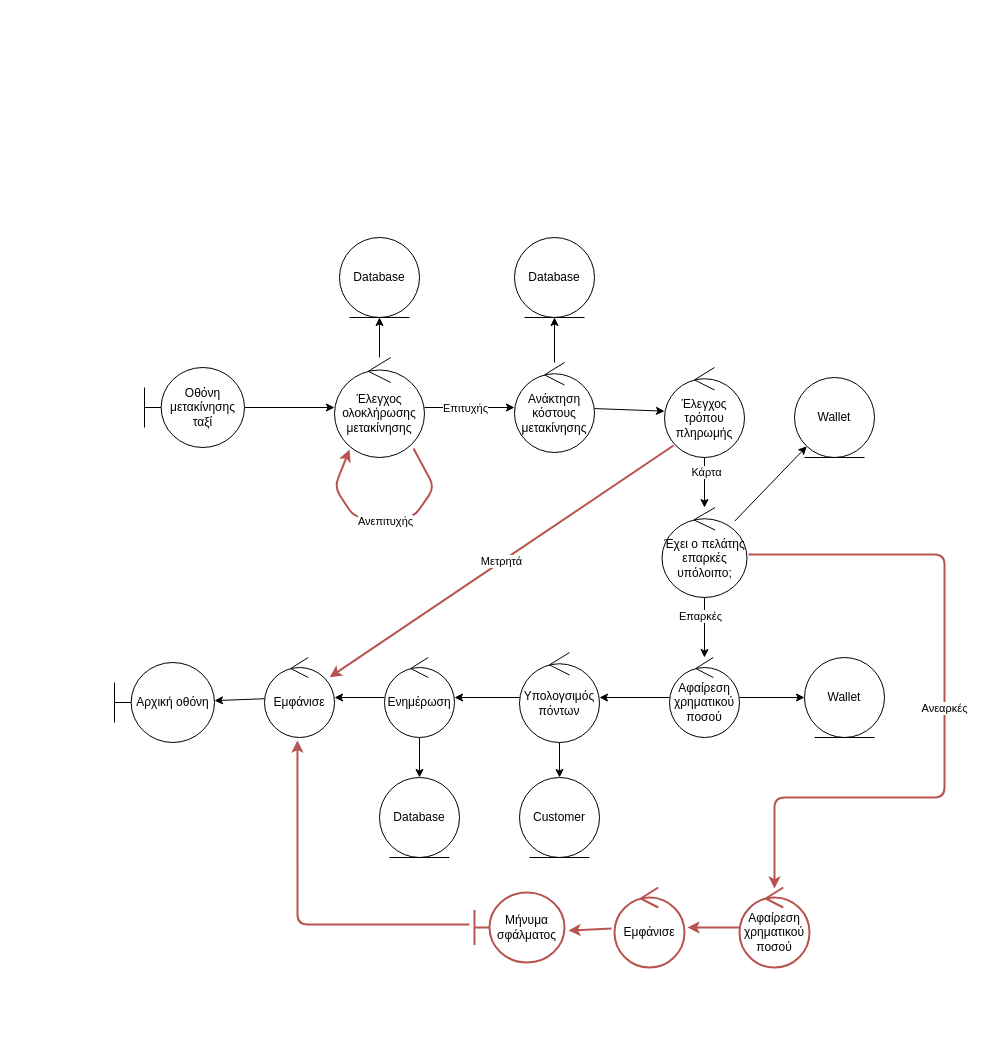
Nikolis2002/texnoligia_logismikou keeps this draw.io diagram as Part_2/Robustness/diagrams/15_Αποβίβαση_ταξί.drawio. Above is the earlier version. Source tidied: cells renumbered, new cells numbered last; positions are measured from the earlier drawing's top-left corner, leaving out a move shared by most shapes. Both pictures are drawn from the tidied source at 100%, with x=0, y=0 at pixel (114, 237).
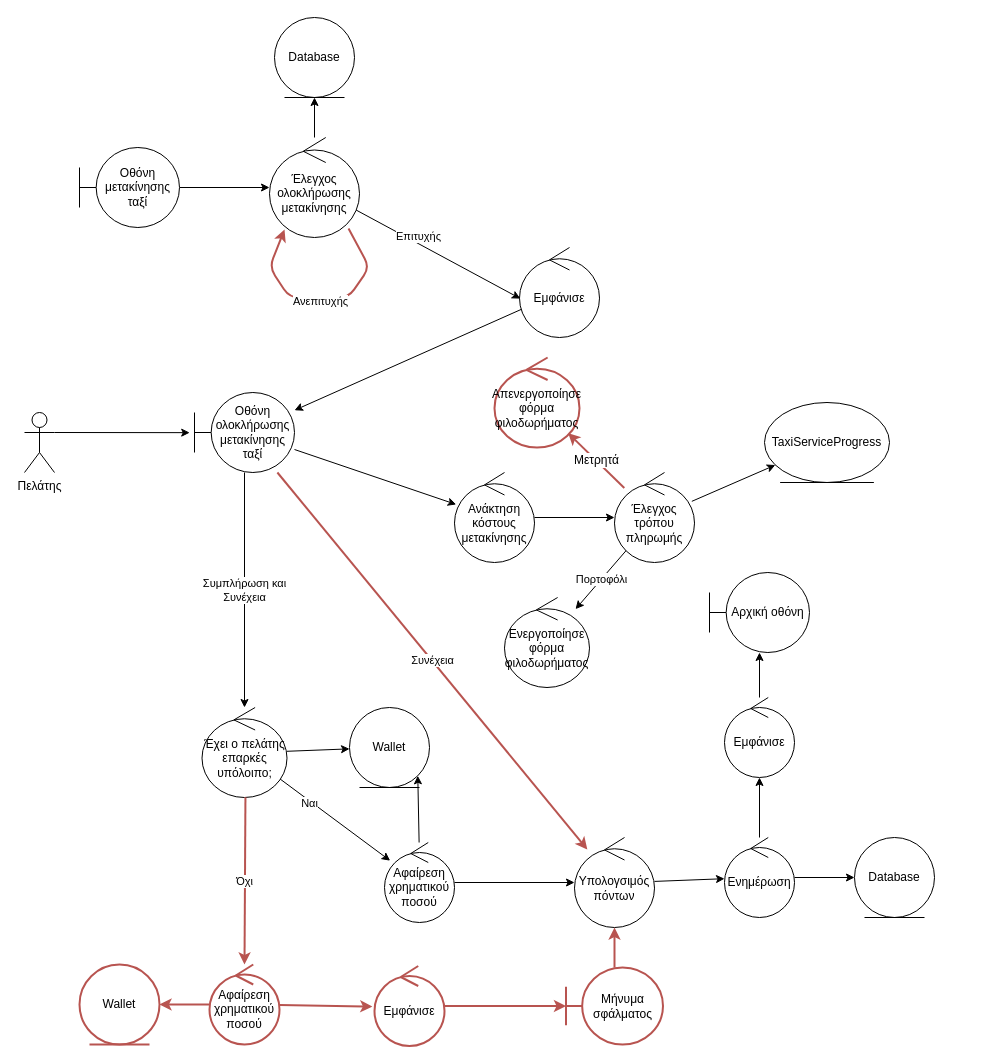
After the change.

Unchanged cells that the change refers to:
```xml
<mxCell id="17" style="edgeStyle=none;html=1;" parent="1" edge="1" source="19" target="23">
  <mxGeometry relative="1" as="geometry" />
</mxCell>
```

Diff of the diagram source:
```diff
@@
     <mxCell id="3" value="Οθόνη μετακίνησης&lt;br&gt;ταξί" style="shape=umlBoundary;whiteSpace=wrap;html=1;" parent="1" vertex="1">
-      <mxGeometry x="30" y="130" width="100" height="80" as="geometry" />
+      <mxGeometry x="-35" y="-90" width="100" height="80" as="geometry" />
     </mxCell>
@@
-    <mxCell id="5" style="edgeStyle=none;html=1;" parent="1" edge="1" source="7" target="11">
+    <mxCell id="5" style="edgeStyle=none;html=1;entryX=0.011;entryY=0.568;entryDx=0;entryDy=0;entryPerimeter=0;" parent="1" edge="1" source="7" target="57">
       <mxGeometry relative="1" as="geometry" />
     </mxCell>
@@
     <mxCell id="7" value="Έλεγχος ολοκλήρωσης μετακίνησης" style="ellipse;shape=umlControl;whiteSpace=wrap;html=1;" parent="1" vertex="1">
-      <mxGeometry x="220" y="120" width="90" height="100" as="geometry" />
+      <mxGeometry x="155" y="-100" width="90" height="100" as="geometry" />
     </mxCell>
     <mxCell id="8" value="Database" style="ellipse;shape=umlEntity;whiteSpace=wrap;html=1;" parent="1" vertex="1">
-      <mxGeometry x="225" width="80" height="80" as="geometry" />
+      <mxGeometry x="160" y="-220" width="80" height="80" as="geometry" />
     </mxCell>
-    <mxCell id="9" style="edgeStyle=none;html=1;" parent="1" edge="1" source="11" target="12">
-      <mxGeometry relative="1" as="geometry" />
-    </mxCell>
@@
     <mxCell id="11" value="Ανάκτηση κόστους μετακίνησης" style="ellipse;shape=umlControl;whiteSpace=wrap;html=1;" parent="1" vertex="1">
-      <mxGeometry x="400" y="125" width="80" height="90" as="geometry" />
+      <mxGeometry x="340" y="235" width="80" height="90" as="geometry" />
     </mxCell>
-    <mxCell id="12" value="Database" style="ellipse;shape=umlEntity;whiteSpace=wrap;html=1;" parent="1" vertex="1">
-      <mxGeometry x="400" width="80" height="80" as="geometry" />
-    </mxCell>
-    <mxCell id="13" style="edgeStyle=none;html=1;" parent="1" edge="1" source="15" target="19">
-      <mxGeometry relative="1" as="geometry" />
-    </mxCell>
-    <mxCell id="14" value="Κάρτα" style="edgeLabel;html=1;align=center;verticalAlign=middle;" parent="13" vertex="1">
-      <mxGeometry x="-0.44" y="1" relative="1" as="geometry" />
-    </mxCell>
+    <mxCell id="46" value="Πορτοφόλι" style="edgeStyle=none;html=1;" parent="1" edge="1" source="15" target="51">
+      <mxGeometry relative="1" as="geometry" />
+    </mxCell>
+    <mxCell id="38" value="Μετρητά" style="edgeStyle=none;html=1;fontSize=12;fillColor=default;strokeColor=#B85450;strokeWidth=2;" parent="1" edge="1" source="15" target="61">
+      <mxGeometry relative="1" as="geometry" />
+    </mxCell>
+    <mxCell id="47" style="edgeStyle=none;html=1;" parent="1" edge="1" source="15" target="55">
+      <mxGeometry relative="1" as="geometry" />
+    </mxCell>
     <mxCell id="15" value="Έλεγχος τρόπου πληρωμής" style="ellipse;shape=umlControl;whiteSpace=wrap;html=1;" parent="1" vertex="1">
-      <mxGeometry x="550" y="130" width="80" height="90" as="geometry" />
+      <mxGeometry x="500" y="235" width="80" height="90" as="geometry" />
     </mxCell>
@@
-    <mxCell id="18" value="Επαρκές" style="edgeLabel;html=1;align=center;verticalAlign=middle;" parent="17" vertex="1">
+    <mxCell id="18" value="Ναι" style="edgeLabel;html=1;align=center;verticalAlign=middle;" parent="17" vertex="1">
       <mxGeometry x="-0.36" y="1" relative="1" as="geometry">
         <mxPoint x="-6" y="-1" as="offset" />
       </mxGeometry>
     </mxCell>
     <mxCell id="19" value="Έχει ο πελάτης επαρκές υπόλοιπο;" style="ellipse;shape=umlControl;whiteSpace=wrap;html=1;" parent="1" vertex="1">
-      <mxGeometry x="547.5" y="270" width="85" height="90" as="geometry" />
+      <mxGeometry x="87.5" y="470" width="85" height="90" as="geometry" />
     </mxCell>
     <mxCell id="20" value="Wallet" style="ellipse;shape=umlEntity;whiteSpace=wrap;html=1;" parent="1" vertex="1">
-      <mxGeometry x="680" y="140" width="80" height="80" as="geometry" />
+      <mxGeometry x="235" y="470" width="80" height="80" as="geometry" />
     </mxCell>
-    <mxCell id="21" style="edgeStyle=none;html=1;" parent="1" edge="1" source="23" target="24">
-      <mxGeometry relative="1" as="geometry" />
-    </mxCell>
@@
+    <mxCell id="48" style="edgeStyle=none;html=1;entryX=1;entryY=1;entryDx=0;entryDy=0;" parent="1" edge="1" source="23" target="20">
+      <mxGeometry relative="1" as="geometry" />
+    </mxCell>
     <mxCell id="23" value="Αφαίρεση χρηματικού ποσού" style="ellipse;shape=umlControl;whiteSpace=wrap;html=1;" parent="1" vertex="1">
-      <mxGeometry x="555" y="420" width="70" height="80" as="geometry" />
+      <mxGeometry x="270" y="605" width="70" height="80" as="geometry" />
     </mxCell>
-    <mxCell id="24" value="Wallet" style="ellipse;shape=umlEntity;whiteSpace=wrap;html=1;" parent="1" vertex="1">
-      <mxGeometry x="690" y="420" width="80" height="80" as="geometry" />
-    </mxCell>
-    <mxCell id="25" style="edgeStyle=none;html=1;" parent="1" edge="1" source="27" target="28">
-      <mxGeometry relative="1" as="geometry" />
-    </mxCell>
@@
     <mxCell id="27" value="Υπολογσιμός πόντων" style="ellipse;shape=umlControl;whiteSpace=wrap;html=1;" parent="1" vertex="1">
-      <mxGeometry x="405" y="415" width="80" height="90" as="geometry" />
+      <mxGeometry x="460" y="600" width="80" height="90" as="geometry" />
     </mxCell>
-    <mxCell id="28" value="Customer" style="ellipse;shape=umlEntity;whiteSpace=wrap;html=1;" parent="1" vertex="1">
-      <mxGeometry x="405" y="540" width="80" height="80" as="geometry" />
-    </mxCell>
@@
     <mxCell id="31" value="Ενημέρωση" style="ellipse;shape=umlControl;whiteSpace=wrap;html=1;" parent="1" vertex="1">
-      <mxGeometry x="270" y="420" width="70" height="80" as="geometry" />
+      <mxGeometry x="610" y="600" width="70" height="80" as="geometry" />
     </mxCell>
     <mxCell id="32" value="Database" style="ellipse;shape=umlEntity;whiteSpace=wrap;html=1;" parent="1" vertex="1">
-      <mxGeometry x="265" y="540" width="80" height="80" as="geometry" />
+      <mxGeometry x="740" y="600" width="80" height="80" as="geometry" />
     </mxCell>
@@
     <mxCell id="34" value="Εμφάνισε" style="ellipse;shape=umlControl;whiteSpace=wrap;html=1;" parent="1" vertex="1">
-      <mxGeometry x="150" y="420" width="70" height="80" as="geometry" />
+      <mxGeometry x="610" y="460" width="70" height="80" as="geometry" />
     </mxCell>
     <mxCell id="35" value="Αρχική οθόνη" style="shape=umlBoundary;whiteSpace=wrap;html=1;" parent="1" vertex="1">
-      <mxGeometry y="425" width="100" height="80" as="geometry" />
+      <mxGeometry x="595" y="335" width="100" height="80" as="geometry" />
     </mxCell>
     <mxCell id="36" style="edgeStyle=none;html=1;entryX=0.167;entryY=0.92;entryDx=0;entryDy=0;entryPerimeter=0;exitX=0.878;exitY=0.91;exitDx=0;exitDy=0;exitPerimeter=0;strokeColor=#b85450;fillColor=#f8cecc;strokeWidth=2;" parent="1" edge="1" source="7" target="7">
       <mxGeometry relative="1" as="geometry">
         <Array as="points">
-          <mxPoint x="320" y="250" />
-          <mxPoint x="299" y="280" />
-          <mxPoint x="240" y="280" />
-          <mxPoint x="220" y="250" />
+          <mxPoint x="255" y="30" />
+          <mxPoint x="234" y="60" />
+          <mxPoint x="175" y="60" />
+          <mxPoint x="155" y="30" />
         </Array>
       </mxGeometry>
     </mxCell>
@@
-    <mxCell id="38" value="Μετρητά" style="edgeStyle=none;html=1;fillColor=#f8cecc;strokeColor=#b85450;strokeWidth=2;exitX=0.113;exitY=0.867;exitDx=0;exitDy=0;exitPerimeter=0;" parent="1" edge="1" source="15" target="34">
-      <mxGeometry relative="1" as="geometry" />
-    </mxCell>
-    <mxCell id="39" value="Ανεαρκές" style="edgeStyle=none;html=1;fillColor=#f8cecc;strokeColor=#b85450;strokeWidth=2;exitX=1.018;exitY=0.522;exitDx=0;exitDy=0;exitPerimeter=0;entryX=0.5;entryY=0.013;entryDx=0;entryDy=0;entryPerimeter=0;" parent="1" edge="1" source="19" target="41">
-      <mxGeometry relative="1" as="geometry">
-        <Array as="points">
-          <mxPoint x="830" y="317" />
-          <mxPoint x="830" y="560" />
-          <mxPoint x="660" y="560" />
-        </Array>
-      </mxGeometry>
-    </mxCell>
-    <mxCell id="40" style="edgeStyle=none;html=1;entryX=1.043;entryY=0.5;entryDx=0;entryDy=0;entryPerimeter=0;strokeColor=#B85450;strokeWidth=2;" parent="1" edge="1" source="41" target="43">
+    <mxCell id="40" style="edgeStyle=none;html=1;strokeColor=#B85450;strokeWidth=2;entryX=-0.031;entryY=0.507;entryDx=0;entryDy=0;entryPerimeter=0;" parent="1" edge="1" source="41" target="43">
       <mxGeometry relative="1" as="geometry" />
     </mxCell>
+    <mxCell id="49" style="edgeStyle=none;html=1;fontSize=12;fillColor=default;strokeColor=#B85450;strokeWidth=2;" parent="1" edge="1" source="41" target="24">
+      <mxGeometry relative="1" as="geometry" />
+    </mxCell>
     <mxCell id="41" value="Αφαίρεση χρηματικού ποσού" style="ellipse;shape=umlControl;whiteSpace=wrap;html=1;strokeColor=#B85450;strokeWidth=2;" parent="1" vertex="1">
-      <mxGeometry x="625" y="650" width="70" height="80" as="geometry" />
+      <mxGeometry x="95" y="727" width="70" height="80" as="geometry" />
     </mxCell>
+    <mxCell id="45" value="Όχι" style="edgeStyle=none;html=1;strokeColor=#B85450;strokeWidth=2;exitX=0.511;exitY=0.997;exitDx=0;exitDy=0;exitPerimeter=0;" parent="1" edge="1" source="19" target="41">
+      <mxGeometry relative="1" as="geometry" />
+    </mxCell>
+    <mxCell id="50" style="edgeStyle=none;html=1;fontSize=12;fillColor=default;strokeColor=#B85450;strokeWidth=2;" parent="1" edge="1" source="42" target="27">
+      <mxGeometry relative="1" as="geometry" />
+    </mxCell>
-    <mxCell id="42" value="Μήνυμα σφάλματος" style="shape=umlBoundary;whiteSpace=wrap;html=1;fillColor=none;strokeColor=#b85450;strokeWidth=2;" parent="1" vertex="1">
-      <mxGeometry x="360" y="655" width="90" height="70" as="geometry" />
+    <mxCell id="42" value="Μήνυμα σφάλματος" style="shape=umlBoundary;whiteSpace=wrap;html=1;fillColor=default;strokeColor=#B85450;strokeWidth=2;" parent="1" vertex="1">
+      <mxGeometry x="451.5" y="730" width="97" height="77" as="geometry" />
     </mxCell>
+    <mxCell id="44" style="edgeStyle=none;html=1;fontSize=12;fillColor=default;strokeColor=#B85450;strokeWidth=2;" parent="1" edge="1" source="43" target="42">
+      <mxGeometry relative="1" as="geometry" />
+    </mxCell>
     <mxCell id="43" value="Εμφάνισε" style="ellipse;shape=umlControl;whiteSpace=wrap;html=1;strokeColor=#B85450;strokeWidth=2;" parent="1" vertex="1">
-      <mxGeometry x="500" y="650" width="70" height="80" as="geometry" />
+      <mxGeometry x="260" y="728.5" width="70" height="80" as="geometry" />
     </mxCell>
-    <mxCell id="44" style="edgeStyle=none;html=1;entryX=1.044;entryY=0.543;entryDx=0;entryDy=0;entryPerimeter=0;strokeColor=#B85450;strokeWidth=2;exitX=-0.043;exitY=0.513;exitDx=0;exitDy=0;exitPerimeter=0;" parent="1" edge="1" source="43" target="42">
-      <mxGeometry relative="1" as="geometry" />
-    </mxCell>
-    <mxCell id="45" style="edgeStyle=none;html=1;entryX=0.471;entryY=1.038;entryDx=0;entryDy=0;entryPerimeter=0;strokeColor=#B85450;strokeWidth=2;exitX=-0.056;exitY=0.457;exitDx=0;exitDy=0;exitPerimeter=0;" parent="1" edge="1" source="42" target="34">
-      <mxGeometry relative="1" as="geometry">
-        <Array as="points">
-          <mxPoint x="183" y="687" />
-        </Array>
-      </mxGeometry>
-    </mxCell>
+    <mxCell id="51" value="Ενεργοποίησε φόρμα φιλοδωρήματος" style="ellipse;shape=umlControl;whiteSpace=wrap;html=1;" parent="1" vertex="1">
+      <mxGeometry x="390" y="360" width="85" height="90" as="geometry" />
+    </mxCell>
+    <mxCell id="52" value="Συμπλήρωση και&lt;br&gt;Συνέχεια" style="edgeStyle=none;html=1;" parent="1" edge="1" source="60" target="19">
+      <mxGeometry relative="1" as="geometry" />
+    </mxCell>
+    <mxCell id="53" style="edgeStyle=none;html=1;exitX=1;exitY=0.3333333333333333;exitDx=0;exitDy=0;exitPerimeter=0;entryX=-0.048;entryY=0.502;entryDx=0;entryDy=0;entryPerimeter=0;" parent="1" edge="1" source="54" target="60">
+      <mxGeometry relative="1" as="geometry" />
+    </mxCell>
+    <mxCell id="54" value="Πελάτης" style="shape=umlActor;verticalLabelPosition=bottom;verticalAlign=top;html=1;" parent="1" vertex="1">
+      <mxGeometry x="-90" y="175" width="30" height="60" as="geometry" />
+    </mxCell>
+    <mxCell id="24" value="Wallet" style="ellipse;shape=umlEntity;whiteSpace=wrap;html=1;strokeColor=#B85450;strokeWidth=2;" parent="1" vertex="1">
+      <mxGeometry x="-35" y="727" width="80" height="80" as="geometry" />
+    </mxCell>
+    <mxCell id="55" value="TaxiServiceProgress" style="ellipse;shape=umlEntity;whiteSpace=wrap;html=1;" parent="1" vertex="1">
+      <mxGeometry x="650" y="165" width="125" height="80" as="geometry" />
+    </mxCell>
+    <mxCell id="56" style="edgeStyle=none;html=1;" parent="1" edge="1" source="57" target="60">
+      <mxGeometry relative="1" as="geometry" />
+    </mxCell>
+    <mxCell id="57" value="Εμφάνισε" style="ellipse;shape=umlControl;whiteSpace=wrap;html=1;" parent="1" vertex="1">
+      <mxGeometry x="405" y="10" width="80" height="90" as="geometry" />
+    </mxCell>
+    <mxCell id="58" style="edgeStyle=none;html=1;" parent="1" edge="1" source="60" target="11">
+      <mxGeometry relative="1" as="geometry" />
+    </mxCell>
+    <mxCell id="59" value="Συνέχεια" style="edgeStyle=none;html=1;strokeColor=#b85450;fillColor=#f8cecc;strokeWidth=2;" parent="1" edge="1" source="60" target="27">
+      <mxGeometry relative="1" as="geometry" />
+    </mxCell>
+    <mxCell id="60" value="Οθόνη ολοκλήρωσης μετακίνησης ταξί" style="shape=umlBoundary;whiteSpace=wrap;html=1;" parent="1" vertex="1">
+      <mxGeometry x="80" y="155" width="100" height="80" as="geometry" />
+    </mxCell>
+    <mxCell id="61" value="Απενεργοποίησε&lt;br&gt;φόρμα φιλοδωρήματος" style="ellipse;shape=umlControl;whiteSpace=wrap;html=1;strokeColor=#B85450;strokeWidth=2;" parent="1" vertex="1">
+      <mxGeometry x="380" y="120" width="85" height="90" as="geometry" />
+    </mxCell>
```
